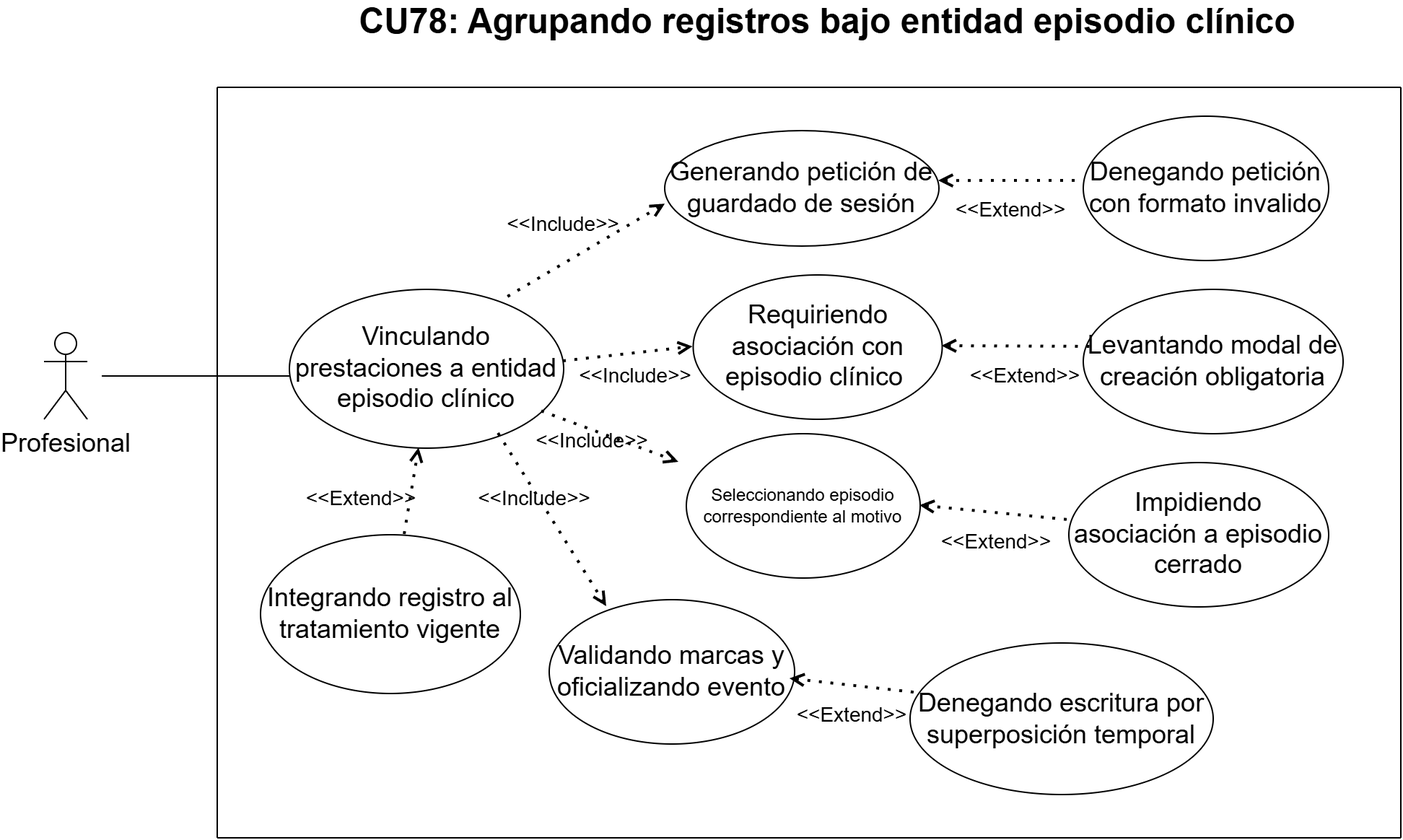
Above: Documento 0/Diagramas de CU/CU78.drawio.png in souln4me/IDS_Documentacion_Grupo17 (draw.io), before the change. Source tidied: cells renumbered, new cells last; positions are measured from the earlier drawing's top-left corner, leaving out a move shared by most shapes. Source of this version:
```xml
<mxGraphModel>
  <root>
    <mxCell id="0" />
    <mxCell id="1" parent="0" />
    <mxCell id="2" value="&lt;span id=&quot;docs-internal-guid-98dfa307-7fff-9d21-18e6-26886d3bbd04&quot;&gt;&lt;span style=&quot;font-family: Arial, sans-serif; color: rgb(0, 0, 0); background-color: transparent; font-weight: 700; font-variant-numeric: normal; font-variant-east-asian: normal; font-variant-alternates: normal; font-variant-position: normal; font-variant-emoji: normal; vertical-align: baseline; white-space-collapse: preserve;&quot;&gt;&lt;font style=&quot;font-size: 24px;&quot;&gt;CU78: Agrupando registros bajo entidad episodio clínico&lt;/font&gt;&lt;/span&gt;&lt;/span&gt;" style="text;html=1;whiteSpace=wrap;strokeColor=none;fillColor=none;align=center;verticalAlign=middle;rounded=0;" parent="1" vertex="1">
      <mxGeometry x="210" width="666" height="30" as="geometry" />
    </mxCell>
    <mxCell id="3" value="&lt;font style=&quot;font-size: 18px;&quot;&gt;Profesional&lt;/font&gt;" style="shape=umlActor;verticalLabelPosition=bottom;verticalAlign=top;html=1;" parent="1" vertex="1">
      <mxGeometry y="230" width="30" height="60" as="geometry" />
    </mxCell>
    <mxCell id="4" style="endArrow=none;html=1;rounded=0;" parent="1" edge="1">
      <mxGeometry relative="1" as="geometry">
        <mxPoint x="120" y="580" as="sourcePoint" />
        <mxPoint x="940" y="580" as="targetPoint" />
      </mxGeometry>
    </mxCell>
    <mxCell id="5" style="endArrow=none;html=1;rounded=0;" parent="1" edge="1">
      <mxGeometry relative="1" as="geometry">
        <mxPoint x="120" y="60" as="sourcePoint" />
        <mxPoint x="940" y="60" as="targetPoint" />
      </mxGeometry>
    </mxCell>
    <mxCell id="6" style="endArrow=none;html=1;rounded=0;" parent="1" edge="1">
      <mxGeometry relative="1" as="geometry">
        <mxPoint x="120" y="60" as="sourcePoint" />
        <mxPoint x="120" y="580" as="targetPoint" />
      </mxGeometry>
    </mxCell>
    <mxCell id="7" style="endArrow=none;html=1;rounded=0;" parent="1" edge="1">
      <mxGeometry relative="1" as="geometry">
        <mxPoint x="940" y="60" as="sourcePoint" />
        <mxPoint x="940" y="580" as="targetPoint" />
      </mxGeometry>
    </mxCell>
    <mxCell id="8" style="endArrow=open;html=1;rounded=0;endFill=0;" parent="1" edge="1">
      <mxGeometry relative="1" as="geometry">
        <mxPoint x="40" y="260" as="sourcePoint" />
        <mxPoint x="180" y="260" as="targetPoint" />
      </mxGeometry>
    </mxCell>
    <mxCell id="9" value="&lt;font style=&quot;font-size: 18px;&quot;&gt;Vinculando prestaciones a entidad episodio clínico&lt;/font&gt;" style="ellipse;whiteSpace=wrap;html=1;" parent="1" vertex="1">
      <mxGeometry x="170" y="200" width="190" height="110" as="geometry" />
    </mxCell>
    <mxCell id="10" style="endArrow=open;dashed=1;html=1;dashPattern=1 3;strokeWidth=2;rounded=0;endFill=0;exitX=0.798;exitY=0.049;exitDx=0;exitDy=0;exitPerimeter=0;entryX=0.003;entryY=0.639;entryDx=0;entryDy=0;entryPerimeter=0;" parent="1" edge="1" source="9" target="16">
      <mxGeometry relative="1" as="geometry" />
    </mxCell>
    <mxCell id="11" style="endArrow=open;dashed=1;html=1;dashPattern=1 3;strokeWidth=2;rounded=0;endFill=0;entryX=0;entryY=0.5;entryDx=0;entryDy=0;" parent="1" edge="1" target="17">
      <mxGeometry relative="1" as="geometry">
        <mxPoint x="360" y="250" as="sourcePoint" />
      </mxGeometry>
    </mxCell>
    <mxCell id="12" style="endArrow=open;dashed=1;html=1;dashPattern=1 3;strokeWidth=2;rounded=0;endFill=0;" parent="1" edge="1" source="9">
      <mxGeometry relative="1" as="geometry">
        <mxPoint x="440" y="320" as="targetPoint" />
      </mxGeometry>
    </mxCell>
    <mxCell id="13" style="endArrow=open;dashed=1;html=1;dashPattern=1 3;strokeWidth=2;rounded=0;endFill=0;entryX=0.235;entryY=0.05;entryDx=0;entryDy=0;entryPerimeter=0;" parent="1" edge="1" target="18">
      <mxGeometry relative="1" as="geometry">
        <mxPoint x="315" y="300" as="sourcePoint" />
      </mxGeometry>
    </mxCell>
    <mxCell id="14" style="endArrow=open;dashed=1;html=1;dashPattern=1 3;strokeWidth=2;rounded=0;endFill=0;" parent="1" edge="1">
      <mxGeometry relative="1" as="geometry">
        <mxPoint x="250" y="370" as="sourcePoint" />
        <mxPoint x="260" y="310" as="targetPoint" />
      </mxGeometry>
    </mxCell>
    <mxCell id="15" value="&lt;font style=&quot;font-size: 18px;&quot;&gt;Integrando registro al tratamiento vigente&lt;/font&gt;" style="ellipse;whiteSpace=wrap;html=1;" parent="1" vertex="1">
      <mxGeometry x="150" y="370" width="180" height="110" as="geometry" />
    </mxCell>
    <mxCell id="16" value="&lt;font style=&quot;font-size: 18px;&quot;&gt;Generando petición de guardado de sesión&lt;/font&gt;" style="ellipse;whiteSpace=wrap;html=1;" parent="1" vertex="1">
      <mxGeometry x="430" y="90" width="190" height="80" as="geometry" />
    </mxCell>
    <mxCell id="17" value="&lt;font style=&quot;font-size: 18px;&quot;&gt;Requiriendo asociación con episodio clínico&amp;nbsp;&lt;/font&gt;" style="ellipse;whiteSpace=wrap;html=1;" parent="1" vertex="1">
      <mxGeometry x="449.8" y="190" width="172.5" height="100" as="geometry" />
    </mxCell>
    <mxCell id="18" value="&lt;font style=&quot;font-size: 18px;&quot;&gt;Validando marcas y oficializando evento&lt;/font&gt;" style="ellipse;whiteSpace=wrap;html=1;" parent="1" vertex="1">
      <mxGeometry x="350" y="415" width="170" height="100" as="geometry" />
    </mxCell>
    <mxCell id="19" value="&lt;font style=&quot;font-size: 18px;&quot;&gt;Impidiendo asociación a episodio cerrado&lt;/font&gt;" style="ellipse;whiteSpace=wrap;html=1;" parent="1" vertex="1">
      <mxGeometry x="710" y="320" width="180" height="100" as="geometry" />
    </mxCell>
    <mxCell id="20" value="&lt;font style=&quot;font-size: 18px;&quot;&gt;Levantando modal de creación obligatoria&lt;/font&gt;" style="ellipse;whiteSpace=wrap;html=1;" parent="1" vertex="1">
      <mxGeometry x="720" y="200" width="180" height="100" as="geometry" />
    </mxCell>
    <mxCell id="21" value="Seleccionando episodio correspondiente al motivo" style="ellipse;whiteSpace=wrap;html=1;" parent="1" vertex="1">
      <mxGeometry x="445" y="300" width="162" height="100" as="geometry" />
    </mxCell>
    <mxCell id="22" value="&lt;font style=&quot;font-size: 18px;&quot;&gt;Denegando petición con formato invalido&lt;/font&gt;" style="ellipse;whiteSpace=wrap;html=1;" parent="1" vertex="1">
      <mxGeometry x="720" y="80" width="170" height="100" as="geometry" />
    </mxCell>
    <mxCell id="23" value="&lt;font style=&quot;font-size: 18px;&quot;&gt;Denegando escritura por superposición temporal&lt;/font&gt;" style="ellipse;whiteSpace=wrap;html=1;" parent="1" vertex="1">
      <mxGeometry x="600" y="445" width="210" height="105" as="geometry" />
    </mxCell>
    <mxCell id="24" style="endArrow=none;dashed=1;html=1;dashPattern=1 3;strokeWidth=2;rounded=0;startArrow=open;startFill=0;" parent="1" edge="1">
      <mxGeometry relative="1" as="geometry">
        <mxPoint x="622.2" y="239.5" as="sourcePoint" />
        <mxPoint x="730" y="240" as="targetPoint" />
      </mxGeometry>
    </mxCell>
    <mxCell id="25" style="endArrow=none;dashed=1;html=1;dashPattern=1 3;strokeWidth=2;rounded=0;startArrow=open;startFill=0;exitX=1;exitY=0.438;exitDx=0;exitDy=0;exitPerimeter=0;" parent="1" edge="1" source="16">
      <mxGeometry relative="1" as="geometry">
        <mxPoint x="720" y="125" as="targetPoint" />
      </mxGeometry>
    </mxCell>
    <mxCell id="26" style="endArrow=none;dashed=1;html=1;dashPattern=1 3;strokeWidth=2;rounded=0;startArrow=open;startFill=0;" parent="1" edge="1">
      <mxGeometry relative="1" as="geometry">
        <mxPoint x="607" y="350" as="sourcePoint" />
        <mxPoint x="710" y="360" as="targetPoint" />
      </mxGeometry>
    </mxCell>
    <mxCell id="27" style="endArrow=none;dashed=1;html=1;dashPattern=1 3;strokeWidth=2;rounded=0;startArrow=open;startFill=0;" parent="1" edge="1">
      <mxGeometry relative="1" as="geometry">
        <mxPoint x="517" y="470" as="sourcePoint" />
        <mxPoint x="607" y="480" as="targetPoint" />
      </mxGeometry>
    </mxCell>
    <mxCell id="28" value="&lt;font style=&quot;font-size: 14px;&quot;&gt;&amp;lt;&amp;lt;Include&amp;gt;&amp;gt;&lt;/font&gt;" style="text;html=1;whiteSpace=wrap;strokeColor=none;fillColor=none;align=center;verticalAlign=middle;rounded=0;" parent="1" vertex="1">
      <mxGeometry x="310" y="330" width="60" height="30" as="geometry" />
    </mxCell>
    <mxCell id="29" value="&lt;font style=&quot;font-size: 14px;&quot;&gt;&amp;lt;&amp;lt;Include&amp;gt;&amp;gt;&lt;/font&gt;" style="text;html=1;whiteSpace=wrap;strokeColor=none;fillColor=none;align=center;verticalAlign=middle;rounded=0;" parent="1" vertex="1">
      <mxGeometry x="380" y="245" width="60" height="30" as="geometry" />
    </mxCell>
    <mxCell id="30" value="&lt;font style=&quot;font-size: 14px;&quot;&gt;&amp;lt;&amp;lt;Include&amp;gt;&amp;gt;&lt;/font&gt;" style="text;html=1;whiteSpace=wrap;strokeColor=none;fillColor=none;align=center;verticalAlign=middle;rounded=0;" parent="1" vertex="1">
      <mxGeometry x="350" y="290" width="60" height="30" as="geometry" />
    </mxCell>
    <mxCell id="31" value="&lt;font style=&quot;font-size: 14px;&quot;&gt;&amp;lt;&amp;lt;Include&amp;gt;&amp;gt;&lt;/font&gt;" style="text;html=1;whiteSpace=wrap;strokeColor=none;fillColor=none;align=center;verticalAlign=middle;rounded=0;" parent="1" vertex="1">
      <mxGeometry x="330" y="140" width="60" height="30" as="geometry" />
    </mxCell>
    <mxCell id="32" value="&lt;font style=&quot;font-size: 14px;&quot;&gt;&amp;lt;&amp;lt;Extend&amp;gt;&amp;gt;&lt;/font&gt;" style="text;html=1;whiteSpace=wrap;strokeColor=none;fillColor=none;align=center;verticalAlign=middle;rounded=0;" parent="1" vertex="1">
      <mxGeometry x="640" y="130" width="60" height="30" as="geometry" />
    </mxCell>
    <mxCell id="33" value="&lt;font style=&quot;font-size: 14px;&quot;&gt;&amp;lt;&amp;lt;Extend&amp;gt;&amp;gt;&lt;/font&gt;" style="text;html=1;whiteSpace=wrap;strokeColor=none;fillColor=none;align=center;verticalAlign=middle;rounded=0;" parent="1" vertex="1">
      <mxGeometry x="190" y="330" width="60" height="30" as="geometry" />
    </mxCell>
    <mxCell id="34" value="&lt;font style=&quot;font-size: 14px;&quot;&gt;&amp;lt;&amp;lt;Extend&amp;gt;&amp;gt;&lt;/font&gt;" style="text;html=1;whiteSpace=wrap;strokeColor=none;fillColor=none;align=center;verticalAlign=middle;rounded=0;" parent="1" vertex="1">
      <mxGeometry x="530" y="480" width="60" height="30" as="geometry" />
    </mxCell>
    <mxCell id="35" value="&lt;font style=&quot;font-size: 14px;&quot;&gt;&amp;lt;&amp;lt;Extend&amp;gt;&amp;gt;&lt;/font&gt;" style="text;html=1;whiteSpace=wrap;strokeColor=none;fillColor=none;align=center;verticalAlign=middle;rounded=0;" parent="1" vertex="1">
      <mxGeometry x="630" y="360" width="60" height="30" as="geometry" />
    </mxCell>
    <mxCell id="36" value="&lt;font style=&quot;font-size: 14px;&quot;&gt;&amp;lt;&amp;lt;Extend&amp;gt;&amp;gt;&lt;/font&gt;" style="text;html=1;whiteSpace=wrap;strokeColor=none;fillColor=none;align=center;verticalAlign=middle;rounded=0;" parent="1" vertex="1">
      <mxGeometry x="650" y="245" width="60" height="30" as="geometry" />
    </mxCell>
  </root>
</mxGraphModel>
```
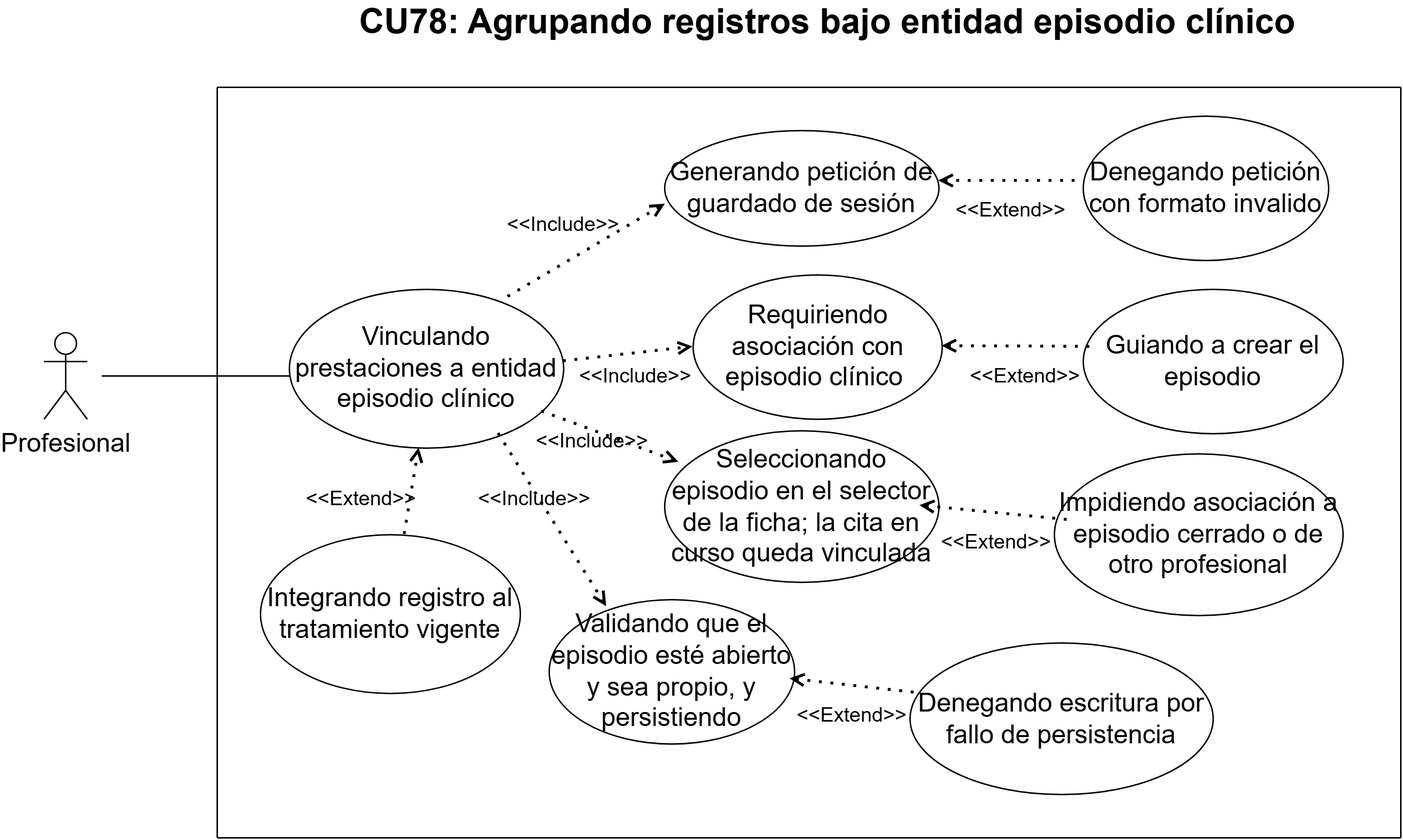
After the change.

What changed in the source:
```diff
@@ -74,22 +74,22 @@
     <mxCell id="17" value="&lt;font style=&quot;font-size: 18px;&quot;&gt;Requiriendo asociación con episodio clínico&amp;nbsp;&lt;/font&gt;" style="ellipse;whiteSpace=wrap;html=1;" parent="1" vertex="1">
       <mxGeometry x="449.8" y="190" width="172.5" height="100" as="geometry" />
     </mxCell>
-    <mxCell id="18" value="&lt;font style=&quot;font-size: 18px;&quot;&gt;Validando marcas y oficializando evento&lt;/font&gt;" style="ellipse;whiteSpace=wrap;html=1;" parent="1" vertex="1">
+    <mxCell id="18" value="&lt;font style=&quot;font-size: 18px;&quot;&gt;Validando que el episodio esté abierto y sea propio, y persistiendo&lt;/font&gt;" style="ellipse;whiteSpace=wrap;html=1;" parent="1" vertex="1">
       <mxGeometry x="350" y="415" width="170" height="100" as="geometry" />
     </mxCell>
-    <mxCell id="19" value="&lt;font style=&quot;font-size: 18px;&quot;&gt;Impidiendo asociación a episodio cerrado&lt;/font&gt;" style="ellipse;whiteSpace=wrap;html=1;" parent="1" vertex="1">
-      <mxGeometry x="710" y="320" width="180" height="100" as="geometry" />
+    <mxCell id="19" value="&lt;font style=&quot;font-size: 18px;&quot;&gt;Impidiendo asociación a episodio cerrado o de otro profesional&lt;/font&gt;" style="ellipse;whiteSpace=wrap;html=1;" parent="1" vertex="1">
+      <mxGeometry x="700" y="314" width="200" height="112" as="geometry" />
     </mxCell>
-    <mxCell id="20" value="&lt;font style=&quot;font-size: 18px;&quot;&gt;Levantando modal de creación obligatoria&lt;/font&gt;" style="ellipse;whiteSpace=wrap;html=1;" parent="1" vertex="1">
+    <mxCell id="20" value="&lt;font style=&quot;font-size: 18px;&quot;&gt;Guiando a crear el episodio&lt;/font&gt;" style="ellipse;whiteSpace=wrap;html=1;" parent="1" vertex="1">
       <mxGeometry x="720" y="200" width="180" height="100" as="geometry" />
     </mxCell>
-    <mxCell id="21" value="Seleccionando episodio correspondiente al motivo" style="ellipse;whiteSpace=wrap;html=1;" parent="1" vertex="1">
-      <mxGeometry x="445" y="300" width="162" height="100" as="geometry" />
+    <mxCell id="21" value="&lt;font style=&quot;font-size: 18px;&quot;&gt;Seleccionando episodio en el selector de la ficha; la cita en curso queda vinculada&lt;/font&gt;" style="ellipse;whiteSpace=wrap;html=1;" parent="1" vertex="1">
+      <mxGeometry x="430" y="298" width="190" height="105" as="geometry" />
     </mxCell>
     <mxCell id="22" value="&lt;font style=&quot;font-size: 18px;&quot;&gt;Denegando petición con formato invalido&lt;/font&gt;" style="ellipse;whiteSpace=wrap;html=1;" parent="1" vertex="1">
       <mxGeometry x="720" y="80" width="170" height="100" as="geometry" />
     </mxCell>
-    <mxCell id="23" value="&lt;font style=&quot;font-size: 18px;&quot;&gt;Denegando escritura por superposición temporal&lt;/font&gt;" style="ellipse;whiteSpace=wrap;html=1;" parent="1" vertex="1">
+    <mxCell id="23" value="&lt;font style=&quot;font-size: 18px;&quot;&gt;Denegando escritura por fallo de persistencia&lt;/font&gt;" style="ellipse;whiteSpace=wrap;html=1;" parent="1" vertex="1">
       <mxGeometry x="600" y="445" width="210" height="105" as="geometry" />
     </mxCell>
     <mxCell id="24" style="endArrow=none;dashed=1;html=1;dashPattern=1 3;strokeWidth=2;rounded=0;startArrow=open;startFill=0;" parent="1" edge="1">
```
